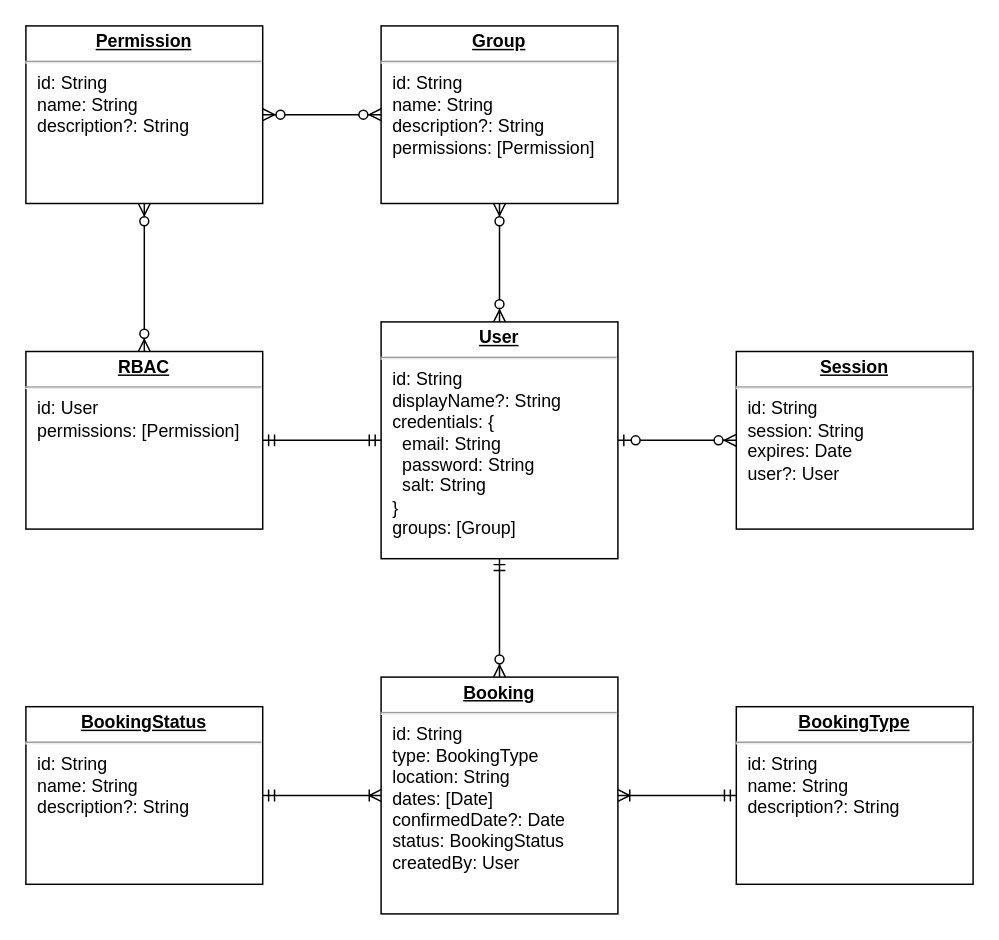
Before: docs/database-design.drawio in fhg-test/fhg-test, a draw.io diagram. Source tidied: cells renumbered, new cells numbered last; positions are measured from the earlier drawing's top-left corner, leaving out a move shared by most shapes. Both pictures are drawn from the tidied source at 148%, with x=0, y=0 at pixel (25, 25).
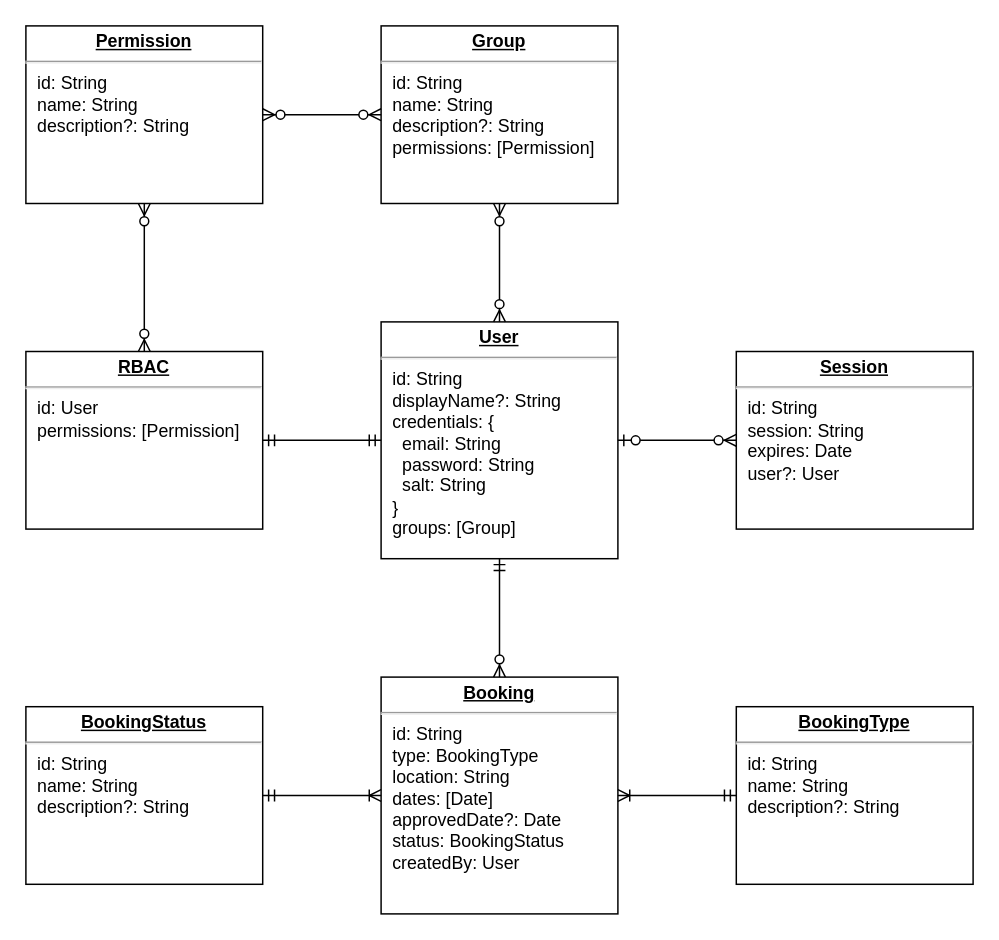
After the change.

Commit message (it also covers changes not shown here):
docs: update Database Design section as booking.confirmedDate renamed to approvedDate

Diff of the diagram source:
```diff
@@
 <mxGraphModel>
   <root>
     <mxCell id="0" />
     <mxCell id="1" parent="0" />
     <mxCell id="2" value="&lt;p style=&quot;margin: 0px ; margin-top: 4px ; text-align: center ; text-decoration: underline&quot;&gt;&lt;strong&gt;Permission&lt;/strong&gt;&lt;/p&gt;&lt;hr&gt;&lt;p style=&quot;margin: 0px ; margin-left: 8px&quot;&gt;id: String&lt;/p&gt;&lt;p style=&quot;margin: 0px ; margin-left: 8px&quot;&gt;name: String&lt;/p&gt;&lt;p style=&quot;margin: 0px ; margin-left: 8px&quot;&gt;description?: String&lt;/p&gt;" style="verticalAlign=top;align=left;overflow=fill;fontSize=12;fontFamily=Helvetica;html=1;shadow=0;" parent="1" vertex="1">
       <mxGeometry width="160" height="120" as="geometry" />
     </mxCell>
     <mxCell id="3" value="&lt;p style=&quot;margin: 0px ; margin-top: 4px ; text-align: center ; text-decoration: underline&quot;&gt;&lt;b&gt;Group&lt;/b&gt;&lt;/p&gt;&lt;hr&gt;&lt;p style=&quot;margin: 0px ; margin-left: 8px&quot;&gt;id: String&lt;/p&gt;&lt;p style=&quot;margin: 0px ; margin-left: 8px&quot;&gt;name: String&lt;/p&gt;&lt;p style=&quot;margin: 0px ; margin-left: 8px&quot;&gt;description?: String&lt;/p&gt;&lt;p style=&quot;margin: 0px ; margin-left: 8px&quot;&gt;permissions: [Permission]&lt;/p&gt;" style="verticalAlign=top;align=left;overflow=fill;fontSize=12;fontFamily=Helvetica;html=1;shadow=0;" parent="1" vertex="1">
       <mxGeometry x="240" width="160" height="120" as="geometry" />
     </mxCell>
     <mxCell id="4" value="&lt;p style=&quot;margin: 0px ; margin-top: 4px ; text-align: center ; text-decoration: underline&quot;&gt;&lt;b&gt;User&lt;/b&gt;&lt;/p&gt;&lt;hr&gt;&lt;p style=&quot;margin: 0px ; margin-left: 8px&quot;&gt;id: String&lt;/p&gt;&lt;p style=&quot;margin: 0px ; margin-left: 8px&quot;&gt;displayName?: String&lt;/p&gt;&lt;p style=&quot;margin: 0px ; margin-left: 8px&quot;&gt;credentials: {&lt;/p&gt;&lt;p style=&quot;margin: 0px ; margin-left: 8px&quot;&gt;&amp;nbsp; email: String&lt;/p&gt;&lt;p style=&quot;margin: 0px ; margin-left: 8px&quot;&gt;&amp;nbsp; password: String&lt;/p&gt;&lt;p style=&quot;margin: 0px ; margin-left: 8px&quot;&gt;&amp;nbsp; salt: String&lt;/p&gt;&lt;p style=&quot;margin: 0px ; margin-left: 8px&quot;&gt;}&lt;/p&gt;&lt;p style=&quot;margin: 0px ; margin-left: 8px&quot;&gt;groups: [Group]&lt;br&gt;&lt;/p&gt;" style="verticalAlign=top;align=left;overflow=fill;fontSize=12;fontFamily=Helvetica;html=1;shadow=0;" parent="1" vertex="1">
       <mxGeometry x="240" y="200" width="160" height="160" as="geometry" />
     </mxCell>
     <mxCell id="5" value="&lt;p style=&quot;margin: 0px ; margin-top: 4px ; text-align: center ; text-decoration: underline&quot;&gt;&lt;b&gt;Session&lt;/b&gt;&lt;/p&gt;&lt;hr&gt;&lt;p style=&quot;margin: 0px ; margin-left: 8px&quot;&gt;id: String&lt;/p&gt;&lt;p style=&quot;margin: 0px ; margin-left: 8px&quot;&gt;session: String&lt;/p&gt;&lt;p style=&quot;margin: 0px ; margin-left: 8px&quot;&gt;expires: Date&lt;/p&gt;&lt;p style=&quot;margin: 0px ; margin-left: 8px&quot;&gt;user?: User&lt;/p&gt;" style="verticalAlign=top;align=left;overflow=fill;fontSize=12;fontFamily=Helvetica;html=1;shadow=0;" parent="1" vertex="1">
       <mxGeometry x="480" y="220" width="160" height="120" as="geometry" />
     </mxCell>
-    <mxCell id="6" value="&lt;p style=&quot;margin: 0px ; margin-top: 4px ; text-align: center ; text-decoration: underline&quot;&gt;&lt;b&gt;Booking&lt;/b&gt;&lt;/p&gt;&lt;hr&gt;&lt;p style=&quot;margin: 0px ; margin-left: 8px&quot;&gt;id: String&lt;/p&gt;&lt;p style=&quot;margin: 0px ; margin-left: 8px&quot;&gt;type: BookingType&lt;/p&gt;&lt;p style=&quot;margin: 0px ; margin-left: 8px&quot;&gt;location: String&lt;/p&gt;&lt;p style=&quot;margin: 0px ; margin-left: 8px&quot;&gt;dates: [Date]&lt;/p&gt;&lt;p style=&quot;margin: 0px ; margin-left: 8px&quot;&gt;confirmedDate?: Date&lt;/p&gt;&lt;p style=&quot;margin: 0px ; margin-left: 8px&quot;&gt;status: BookingStatus&lt;/p&gt;&lt;p style=&quot;margin: 0px ; margin-left: 8px&quot;&gt;createdBy: User&lt;/p&gt;" style="verticalAlign=top;align=left;overflow=fill;fontSize=12;fontFamily=Helvetica;html=1;shadow=0;" parent="1" vertex="1">
+    <mxCell id="6" value="&lt;p style=&quot;margin: 0px ; margin-top: 4px ; text-align: center ; text-decoration: underline&quot;&gt;&lt;b&gt;Booking&lt;/b&gt;&lt;/p&gt;&lt;hr&gt;&lt;p style=&quot;margin: 0px ; margin-left: 8px&quot;&gt;id: String&lt;/p&gt;&lt;p style=&quot;margin: 0px ; margin-left: 8px&quot;&gt;type: BookingType&lt;/p&gt;&lt;p style=&quot;margin: 0px ; margin-left: 8px&quot;&gt;location: String&lt;/p&gt;&lt;p style=&quot;margin: 0px ; margin-left: 8px&quot;&gt;dates: [Date]&lt;/p&gt;&lt;p style=&quot;margin: 0px ; margin-left: 8px&quot;&gt;approvedDate?: Date&lt;/p&gt;&lt;p style=&quot;margin: 0px ; margin-left: 8px&quot;&gt;status: BookingStatus&lt;/p&gt;&lt;p style=&quot;margin: 0px ; margin-left: 8px&quot;&gt;createdBy: User&lt;/p&gt;" style="verticalAlign=top;align=left;overflow=fill;fontSize=12;fontFamily=Helvetica;html=1;shadow=0;" parent="1" vertex="1">
       <mxGeometry x="240" y="440" width="160" height="160" as="geometry" />
     </mxCell>
     <mxCell id="7" value="&lt;p style=&quot;margin: 0px ; margin-top: 4px ; text-align: center ; text-decoration: underline&quot;&gt;&lt;b&gt;BookingType&lt;/b&gt;&lt;/p&gt;&lt;hr&gt;&lt;p style=&quot;margin: 0px ; margin-left: 8px&quot;&gt;id: String&lt;/p&gt;&lt;p style=&quot;margin: 0px ; margin-left: 8px&quot;&gt;name: String&lt;/p&gt;&lt;p style=&quot;margin: 0px ; margin-left: 8px&quot;&gt;description?: String&lt;/p&gt;" style="verticalAlign=top;align=left;overflow=fill;fontSize=12;fontFamily=Helvetica;html=1;shadow=0;" parent="1" vertex="1">
       <mxGeometry x="480" y="460" width="160" height="120" as="geometry" />
     </mxCell>
     <mxCell id="8" value="&lt;p style=&quot;margin: 0px ; margin-top: 4px ; text-align: center ; text-decoration: underline&quot;&gt;&lt;b&gt;BookingStatus&lt;/b&gt;&lt;/p&gt;&lt;hr&gt;&lt;p style=&quot;margin: 0px ; margin-left: 8px&quot;&gt;id: String&lt;/p&gt;&lt;p style=&quot;margin: 0px ; margin-left: 8px&quot;&gt;name: String&lt;/p&gt;&lt;p style=&quot;margin: 0px ; margin-left: 8px&quot;&gt;description?: String&lt;/p&gt;" style="verticalAlign=top;align=left;overflow=fill;fontSize=12;fontFamily=Helvetica;html=1;shadow=0;" parent="1" vertex="1">
       <mxGeometry y="460" width="160" height="120" as="geometry" />
     </mxCell>
     <mxCell id="9" style="fontSize=12;html=1;endArrow=ERzeroToMany;startArrow=ERzeroToMany;edgeStyle=orthogonalEdgeStyle;exitX=0;exitY=0.5;exitDx=0;exitDy=0;entryX=1;entryY=0.5;entryDx=0;entryDy=0;startFill=1;" parent="1" edge="1" source="3" target="2">
       <mxGeometry relative="1" as="geometry" />
     </mxCell>
     <mxCell id="10" style="fontSize=12;html=1;endArrow=ERzeroToMany;startArrow=ERzeroToMany;edgeStyle=orthogonalEdgeStyle;exitX=0.5;exitY=0;exitDx=0;exitDy=0;startFill=1;entryX=0.5;entryY=1;entryDx=0;entryDy=0;" parent="1" edge="1" source="4" target="3">
       <mxGeometry relative="1" as="geometry" />
     </mxCell>
     <mxCell id="11" style="fontSize=12;html=1;endArrow=ERzeroToOne;startArrow=ERzeroToMany;edgeStyle=orthogonalEdgeStyle;exitX=0;exitY=0.5;exitDx=0;exitDy=0;entryX=1;entryY=0.5;entryDx=0;entryDy=0;startFill=1;endFill=1;" parent="1" edge="1" source="5" target="4">
       <mxGeometry relative="1" as="geometry" />
     </mxCell>
     <mxCell id="12" style="fontSize=12;html=1;endArrow=ERzeroToMany;startArrow=ERmandOne;edgeStyle=orthogonalEdgeStyle;exitX=0.5;exitY=1;exitDx=0;exitDy=0;entryX=0.5;entryY=0;entryDx=0;entryDy=0;startFill=0;endFill=1;" parent="1" edge="1" source="4" target="6">
       <mxGeometry relative="1" as="geometry" />
     </mxCell>
     <mxCell id="13" style="fontSize=12;html=1;endArrow=ERoneToMany;startArrow=ERmandOne;edgeStyle=orthogonalEdgeStyle;exitX=1;exitY=0.5;exitDx=0;exitDy=0;entryX=0;entryY=0.5;entryDx=0;entryDy=0;startFill=0;endFill=0;" parent="1" edge="1" source="8" target="6">
       <mxGeometry relative="1" as="geometry" />
     </mxCell>
     <mxCell id="14" style="fontSize=12;html=1;endArrow=ERoneToMany;startArrow=ERmandOne;edgeStyle=orthogonalEdgeStyle;exitX=0;exitY=0.5;exitDx=0;exitDy=0;entryX=1;entryY=0.5;entryDx=0;entryDy=0;startFill=0;endFill=0;" parent="1" edge="1" source="7" target="6">
       <mxGeometry relative="1" as="geometry" />
     </mxCell>
     <mxCell id="15" value="&lt;p style=&quot;margin: 0px ; margin-top: 4px ; text-align: center ; text-decoration: underline&quot;&gt;&lt;b&gt;RBAC&lt;/b&gt;&lt;/p&gt;&lt;hr&gt;&lt;p style=&quot;margin: 0px ; margin-left: 8px&quot;&gt;id: User&lt;/p&gt;&lt;p style=&quot;margin: 0px ; margin-left: 8px&quot;&gt;permissions: [Permission]&lt;/p&gt;" style="verticalAlign=top;align=left;overflow=fill;fontSize=12;fontFamily=Helvetica;html=1;shadow=0;" parent="1" vertex="1">
       <mxGeometry y="220" width="160" height="120" as="geometry" />
     </mxCell>
     <mxCell id="16" style="fontSize=12;html=1;endArrow=ERzeroToMany;startArrow=ERzeroToMany;edgeStyle=orthogonalEdgeStyle;exitX=0.5;exitY=0;exitDx=0;exitDy=0;entryX=0.5;entryY=1;entryDx=0;entryDy=0;startFill=1;" parent="1" edge="1" source="15" target="2">
       <mxGeometry relative="1" as="geometry" />
     </mxCell>
     <mxCell id="17" style="fontSize=12;html=1;endArrow=ERmandOne;startArrow=ERmandOne;edgeStyle=orthogonalEdgeStyle;exitX=0;exitY=0.5;exitDx=0;exitDy=0;entryX=1;entryY=0.5;entryDx=0;entryDy=0;startFill=0;endFill=0;" parent="1" edge="1" source="4" target="15">
       <mxGeometry relative="1" as="geometry" />
     </mxCell>
   </root>
 </mxGraphModel>
```
